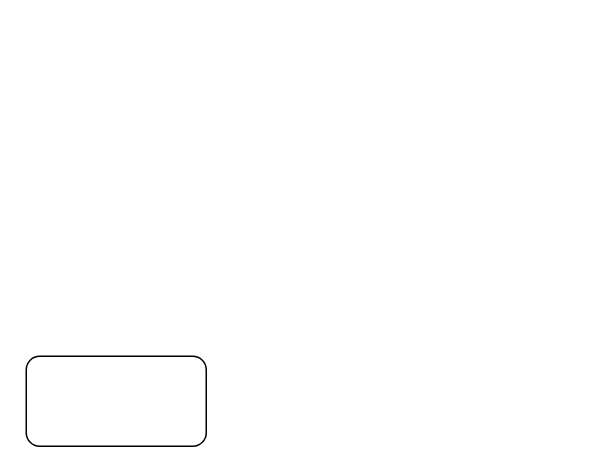
yanglei1992/documents keeps this draw.io diagram as yzs/工业平台数据流转.drawio. Above is the earlier version. Source tidied: cells renumbered, new cells numbered last; positions are measured from the earlier drawing's top-left corner, leaving out a move shared by most shapes. Both pictures are drawn from the tidied source at 150%, with x=0, y=0 at pixel (26, 356).
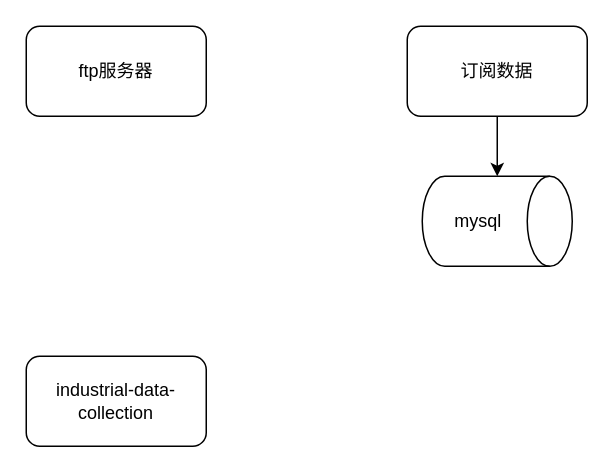
Above is the later version.

Commit message:
更新工业平台数据流转.drawio

What changed in the source:
```diff
@@
 <mxGraphModel>
   <root>
     <mxCell id="0" />
     <mxCell id="1" parent="0" />
-    <mxCell id="2" style="rounded=1;whiteSpace=wrap;html=1;" parent="1" vertex="1">
+    <mxCell id="2" value="industrial-data-collection" style="rounded=1;whiteSpace=wrap;html=1;" parent="1" vertex="1">
       <mxGeometry width="120" height="60" as="geometry" />
     </mxCell>
+    <mxCell id="3" value="ftp服务器" style="rounded=1;whiteSpace=wrap;html=1;" parent="1" vertex="1">
+      <mxGeometry y="-220" width="120" height="60" as="geometry" />
+    </mxCell>
+    <mxCell id="4" value="订阅数据" style="rounded=1;whiteSpace=wrap;html=1;" parent="1" vertex="1">
+      <mxGeometry x="254" y="-220" width="120" height="60" as="geometry" />
+    </mxCell>
+    <mxCell id="5" value="mysql" style="shape=cylinder3;whiteSpace=wrap;html=1;boundedLbl=1;backgroundOutline=1;size=15;direction=south;" parent="1" vertex="1">
+      <mxGeometry x="264" y="-120" width="100" height="60" as="geometry" />
+    </mxCell>
+    <mxCell id="6" style="edgeStyle=orthogonalEdgeStyle;rounded=0;jettySize=auto;html=1;exitX=0.5;exitY=1;exitDx=0;exitDy=0;entryX=0;entryY=0.5;entryDx=0;entryDy=0;entryPerimeter=0;" parent="1" edge="1" source="4" target="5">
+      <mxGeometry relative="1" as="geometry" />
+    </mxCell>
   </root>
 </mxGraphModel>
```
